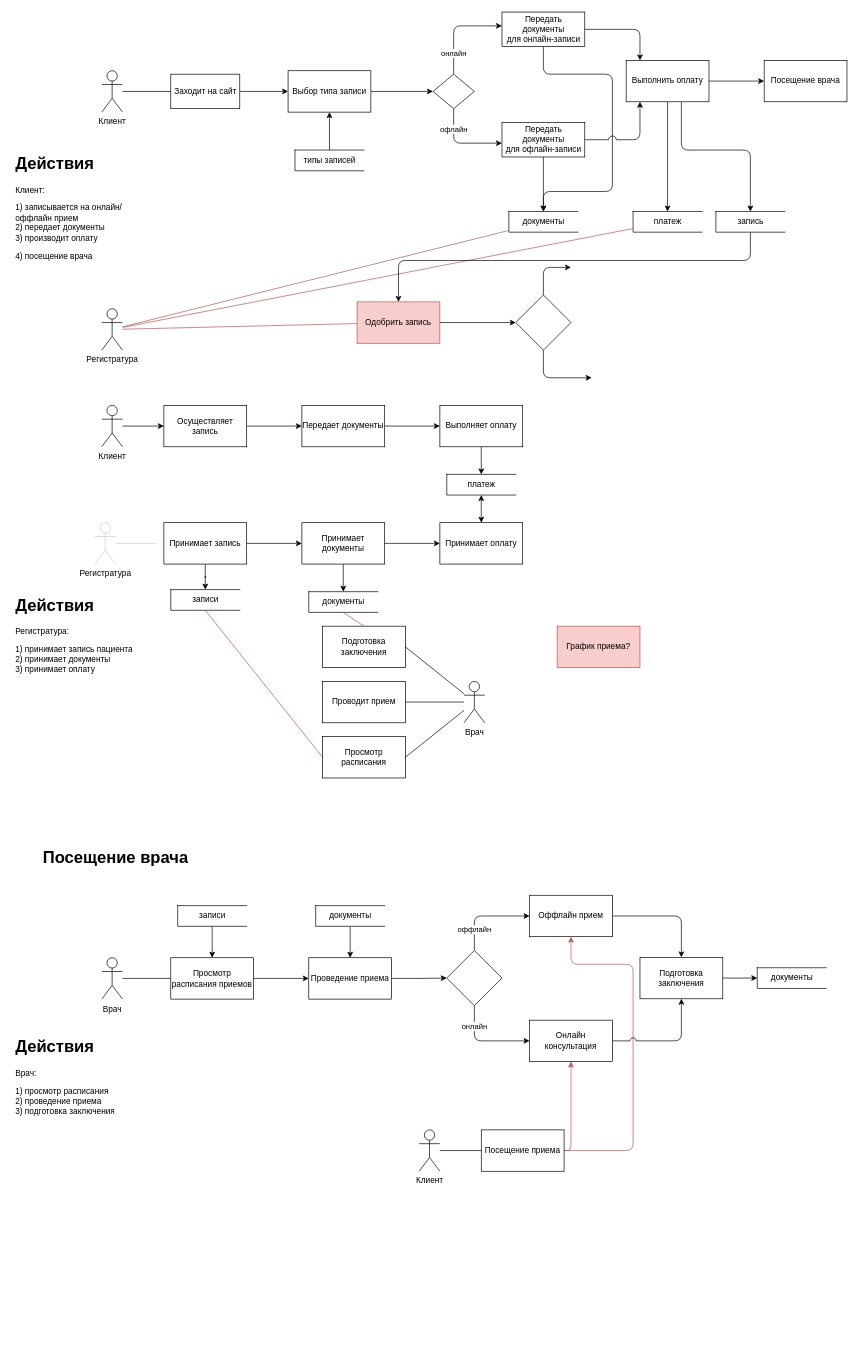
This is page "Page-2" (2 of 2) of diagram.drawio from vlvsk/TechnologiiProg, a draw.io file, before an edit. Source tidied: cells renumbered, new cells numbered last; positions are measured from the earlier drawing's top-left corner, leaving out a move shared by most shapes. Both pictures are drawn from the tidied source at 69%, with x=0, y=0 at pixel (12, 12).
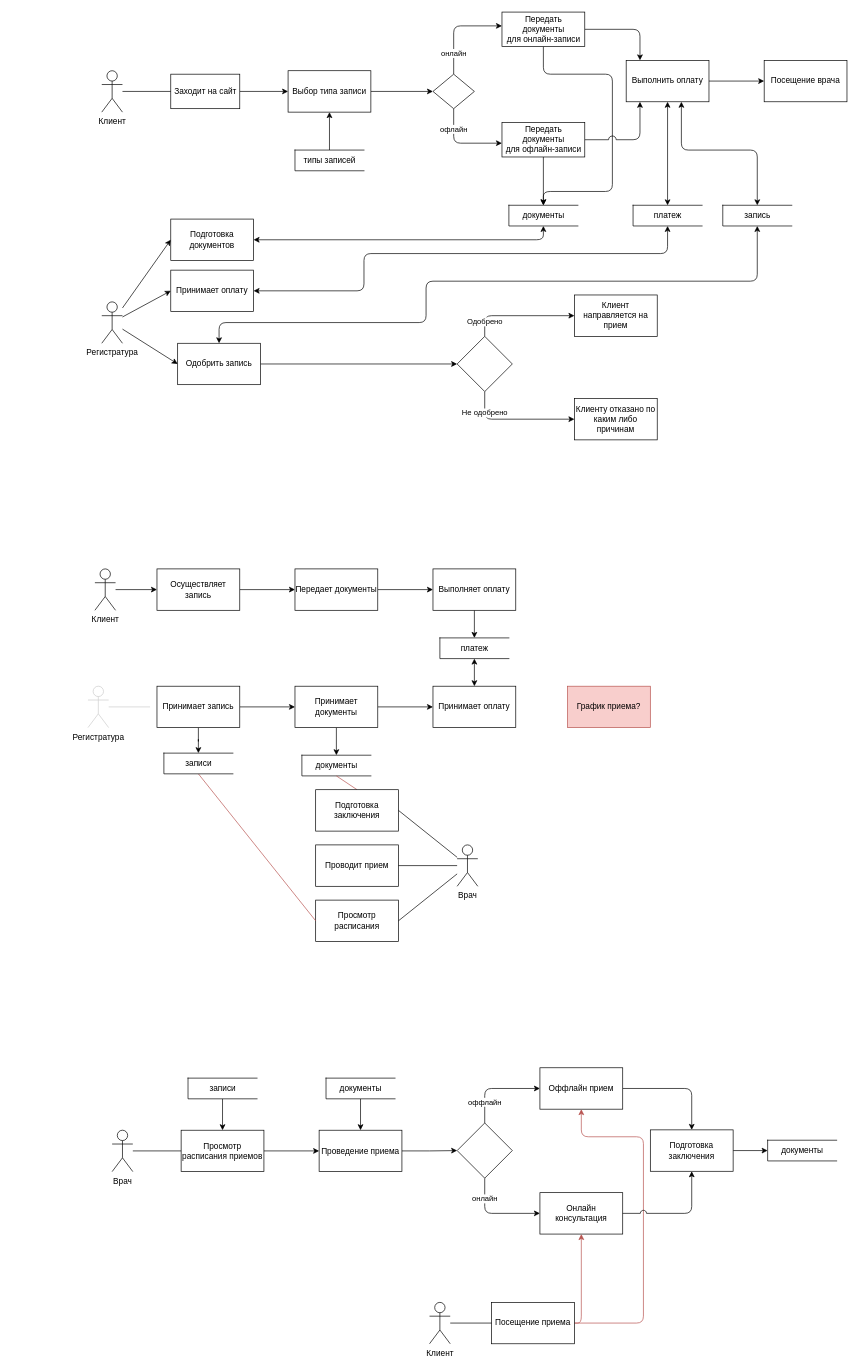
The same page after the edit.

Unchanged cells that the change refers to:
```xml
<mxCell id="23" value="Выполнить оплату" style="whiteSpace=wrap;html=1;dashed=0;" parent="1" vertex="1">
  <mxGeometry x="890" y="70" width="120" height="60" as="geometry" />
</mxCell>
```

Change to the diagram source:
```diff
@@
-    <mxCell id="6" value="&lt;h1&gt;Действия&lt;br&gt;&lt;/h1&gt;&lt;p&gt;Клиент:&lt;/p&gt;&lt;p&gt;1) записывается на онлайн/оффлайн прием&lt;br&gt;2) передает документы&lt;br&gt;3) производит оплату&lt;br&gt;&lt;/p&gt;&lt;p&gt;4) посещение врача&lt;/p&gt;&lt;p&gt;&lt;br&gt;&lt;/p&gt;&lt;div&gt;&lt;br&gt;&lt;/div&gt;&lt;div&gt;&lt;br&gt;&lt;/div&gt;" style="text;html=1;strokeColor=none;fillColor=none;spacing=5;spacingTop=-20;whiteSpace=wrap;overflow=hidden;rounded=0;" parent="1" vertex="1">
-      <mxGeometry y="200" width="190" height="180" as="geometry" />
-    </mxCell>
@@
-    <mxCell id="20" style="edgeStyle=none;rounded=1;jumpStyle=arc;jumpSize=11;jettySize=auto;html=1;" parent="1" edge="1" source="23" target="25">
+    <mxCell id="20" style="edgeStyle=none;rounded=1;jumpStyle=arc;jumpSize=11;jettySize=auto;html=1;startArrow=classic;startFill=1;" parent="1" edge="1" source="23" target="25">
       <mxGeometry relative="1" as="geometry" />
     </mxCell>
@@
-    <mxCell id="22" style="edgeStyle=orthogonalEdgeStyle;rounded=1;jettySize=auto;html=1;entryX=0.5;entryY=0;entryDx=0;entryDy=0;" parent="1" edge="1" source="23" target="83">
+    <mxCell id="22" style="edgeStyle=orthogonalEdgeStyle;rounded=1;jettySize=auto;html=1;entryX=0.5;entryY=0;entryDx=0;entryDy=0;startArrow=classic;startFill=1;" parent="1" edge="1" source="23" target="83">
       <mxGeometry relative="1" as="geometry">
         <Array as="points">
           <mxPoint x="970" y="200" />
-          <mxPoint x="1070" y="200" />
+          <mxPoint x="1080" y="200" />
+          <mxPoint x="1080" y="280" />
         </Array>
       </mxGeometry>
     </mxCell>
@@
     <mxCell id="24" value="документы" style="html=1;dashed=0;whitespace=wrap;shape=partialRectangle;right=0;" parent="1" vertex="1">
-      <mxGeometry x="720" y="289" width="100" height="30" as="geometry" />
+      <mxGeometry x="720" y="280" width="100" height="30" as="geometry" />
     </mxCell>
     <mxCell id="25" value="платеж" style="html=1;dashed=0;whitespace=wrap;shape=partialRectangle;right=0;" parent="1" vertex="1">
-      <mxGeometry x="900" y="289" width="100" height="30" as="geometry" />
+      <mxGeometry x="900" y="280" width="100" height="30" as="geometry" />
     </mxCell>
-    <mxCell id="26" style="edgeStyle=none;jettySize=auto;html=1;endArrow=none;fillColor=#f8cecc;strokeColor=#b85450;" parent="1" edge="1" source="29" target="24">
-      <mxGeometry relative="1" as="geometry" />
-    </mxCell>
-    <mxCell id="27" style="edgeStyle=none;jettySize=auto;html=1;endArrow=none;fillColor=#f8cecc;strokeColor=#b85450;" parent="1" edge="1" source="29" target="25">
-      <mxGeometry relative="1" as="geometry" />
-    </mxCell>
-    <mxCell id="28" style="edgeStyle=none;jettySize=auto;html=1;endArrow=none;fillColor=#f8cecc;strokeColor=#b85450;" parent="1" edge="1" source="29" target="31">
-      <mxGeometry relative="1" as="geometry" />
-    </mxCell>
     <mxCell id="29" value="Регистратура" style="shape=umlActor;verticalLabelPosition=bottom;verticalAlign=top;html=1;outlineConnect=0;" parent="1" vertex="1">
-      <mxGeometry x="130" y="430" width="30" height="60" as="geometry" />
+      <mxGeometry x="130" y="420" width="30" height="60" as="geometry" />
     </mxCell>
@@
-    <mxCell id="31" value="Одобрить запись" style="whiteSpace=wrap;html=1;dashed=0;fillColor=#f8cecc;strokeColor=#b85450;" parent="1" vertex="1">
-      <mxGeometry x="500" y="420" width="120" height="60" as="geometry" />
+    <mxCell id="31" value="Одобрить запись" style="whiteSpace=wrap;html=1;dashed=0;fillColor=#FFFFFF;strokeColor=#000000;" parent="1" vertex="1">
+      <mxGeometry x="240" y="480" width="120" height="60" as="geometry" />
     </mxCell>
@@
-    <mxCell id="33" value="&lt;h1&gt;Действия&lt;br&gt;&lt;/h1&gt;&lt;p&gt;Регистратура:&lt;/p&gt;&lt;p&gt;1) принимает запись пациента&lt;br&gt;2) принимает документы&lt;br&gt;3) принимает оплату&lt;br&gt;&lt;/p&gt;&lt;p&gt;&lt;br&gt;&lt;/p&gt;&lt;div&gt;&lt;br&gt;&lt;/div&gt;&lt;div&gt;&lt;br&gt;&lt;/div&gt;" style="text;html=1;strokeColor=none;fillColor=none;spacing=5;spacingTop=-20;whiteSpace=wrap;overflow=hidden;rounded=0;" parent="1" vertex="1">
-      <mxGeometry y="840" width="190" height="180" as="geometry" />
-    </mxCell>
     <mxCell id="34" value="Регистратура" style="shape=umlActor;verticalLabelPosition=bottom;verticalAlign=top;html=1;outlineConnect=0;strokeColor=#CCCCCC;" parent="1" vertex="1">
-      <mxGeometry x="120" y="740" width="30" height="60" as="geometry" />
+      <mxGeometry x="110" y="977" width="30" height="60" as="geometry" />
     </mxCell>
@@
     <mxCell id="37" value="Принимает запись" style="rounded=0;whiteSpace=wrap;html=1;" parent="1" vertex="1">
-      <mxGeometry x="220" y="740" width="120" height="60" as="geometry" />
+      <mxGeometry x="210" y="977" width="120" height="60" as="geometry" />
     </mxCell>
     <mxCell id="38" style="endArrow=none;html=1;entryX=0;entryY=0.5;entryDx=0;entryDy=0;strokeColor=#CCCCCC;" parent="1" edge="1" source="34">
       <mxGeometry relative="1" as="geometry">
-        <mxPoint x="210" y="770" as="targetPoint" />
+        <mxPoint x="200" y="1007" as="targetPoint" />
       </mxGeometry>
     </mxCell>
@@
     <mxCell id="41" value="Принимает документы" style="whiteSpace=wrap;html=1;rounded=0;" parent="1" vertex="1">
-      <mxGeometry x="420" y="740" width="120" height="60" as="geometry" />
+      <mxGeometry x="410" y="977" width="120" height="60" as="geometry" />
     </mxCell>
@@
     <mxCell id="43" value="Принимает оплату" style="rounded=0;whiteSpace=wrap;html=1;" parent="1" vertex="1">
-      <mxGeometry x="620" y="740" width="120" height="60" as="geometry" />
+      <mxGeometry x="610" y="977" width="120" height="60" as="geometry" />
     </mxCell>
     <mxCell id="44" value="документы" style="html=1;dashed=0;whitespace=wrap;shape=partialRectangle;right=0;" parent="1" vertex="1">
-      <mxGeometry x="430" y="840" width="100" height="30" as="geometry" />
+      <mxGeometry x="420" y="1077" width="100" height="30" as="geometry" />
     </mxCell>
     <mxCell id="45" value="платеж" style="html=1;dashed=0;whitespace=wrap;shape=partialRectangle;right=0;" parent="1" vertex="1">
-      <mxGeometry x="630" y="670" width="100" height="30" as="geometry" />
+      <mxGeometry x="620" y="907" width="100" height="30" as="geometry" />
     </mxCell>
     <mxCell id="46" value="Врач&lt;br&gt;" style="shape=umlActor;verticalLabelPosition=bottom;verticalAlign=top;html=1;outlineConnect=0;" parent="1" vertex="1">
-      <mxGeometry x="130" y="1370.5" width="30" height="60" as="geometry" />
+      <mxGeometry x="145" y="1620.5" width="30" height="60" as="geometry" />
     </mxCell>
@@
     <mxCell id="48" value="Просмотр расписания приемов" style="rounded=0;whiteSpace=wrap;html=1;" parent="1" vertex="1">
-      <mxGeometry x="230" y="1370.5" width="120" height="60" as="geometry" />
+      <mxGeometry x="245" y="1620.5" width="120" height="60" as="geometry" />
     </mxCell>
@@
     <mxCell id="51" value="Проведение приема" style="rounded=0;whiteSpace=wrap;html=1;" parent="1" vertex="1">
-      <mxGeometry x="430" y="1370.5" width="120" height="60" as="geometry" />
+      <mxGeometry x="445" y="1620.5" width="120" height="60" as="geometry" />
     </mxCell>
     <mxCell id="52" value="оффлайн" style="edgeStyle=orthogonalEdgeStyle;rounded=1;jettySize=auto;html=1;entryX=0;entryY=0.5;entryDx=0;entryDy=0;" parent="1" edge="1" source="54" target="56">
       <mxGeometry x="-0.54" relative="1" as="geometry">
         <Array as="points">
-          <mxPoint x="670" y="1310" />
+          <mxPoint x="685" y="1560" />
         </Array>
       </mxGeometry>
     </mxCell>
     <mxCell id="53" value="онлайн" style="edgeStyle=orthogonalEdgeStyle;rounded=1;jettySize=auto;html=1;entryX=0;entryY=0.5;entryDx=0;entryDy=0;" parent="1" edge="1" source="54" target="57">
       <mxGeometry x="-0.54" relative="1" as="geometry">
         <Array as="points">
-          <mxPoint x="670" y="1491" />
+          <mxPoint x="685" y="1741" />
         </Array>
       </mxGeometry>
     </mxCell>
     <mxCell id="54" style="rhombus;whiteSpace=wrap;html=1;rounded=0;" parent="1" vertex="1">
-      <mxGeometry x="630" y="1360" width="80" height="80" as="geometry" />
+      <mxGeometry x="645" y="1610" width="80" height="80" as="geometry" />
     </mxCell>
@@
     <mxCell id="56" value="Оффлайн прием" style="whiteSpace=wrap;html=1;rounded=0;" parent="1" vertex="1">
-      <mxGeometry x="750" y="1280" width="120" height="60" as="geometry" />
+      <mxGeometry x="765" y="1530" width="120" height="60" as="geometry" />
     </mxCell>
     <mxCell id="57" value="Онлайн &lt;br&gt;консультация" style="whiteSpace=wrap;html=1;rounded=0;" parent="1" vertex="1">
-      <mxGeometry x="750" y="1461" width="120" height="60" as="geometry" />
+      <mxGeometry x="765" y="1711" width="120" height="60" as="geometry" />
     </mxCell>
@@
     <mxCell id="59" value="Подготовка заключения" style="whiteSpace=wrap;html=1;rounded=0;" parent="1" vertex="1">
-      <mxGeometry x="910" y="1370" width="120" height="60" as="geometry" />
+      <mxGeometry x="925" y="1620" width="120" height="60" as="geometry" />
     </mxCell>
     <mxCell id="60" value="документы" style="html=1;dashed=0;whitespace=wrap;shape=partialRectangle;right=0;" parent="1" vertex="1">
-      <mxGeometry x="1080" y="1385" width="100" height="30" as="geometry" />
+      <mxGeometry x="1095" y="1635" width="100" height="30" as="geometry" />
     </mxCell>
     <mxCell id="61" value="Врач" style="shape=umlActor;verticalLabelPosition=bottom;verticalAlign=top;html=1;outlineConnect=0;" parent="1" vertex="1">
-      <mxGeometry x="655" y="970" width="30" height="60" as="geometry" />
+      <mxGeometry x="645" y="1207" width="30" height="60" as="geometry" />
     </mxCell>
@@
     <mxCell id="63" value="Проводит прием" style="rounded=0;whiteSpace=wrap;html=1;" parent="1" vertex="1">
-      <mxGeometry x="450" y="970" width="120" height="60" as="geometry" />
+      <mxGeometry x="440" y="1207" width="120" height="60" as="geometry" />
     </mxCell>
@@
     <mxCell id="65" value="Подготовка заключения" style="whiteSpace=wrap;html=1;rounded=0;" parent="1" vertex="1">
-      <mxGeometry x="450" y="890" width="120" height="60" as="geometry" />
+      <mxGeometry x="440" y="1127" width="120" height="60" as="geometry" />
     </mxCell>
     <mxCell id="66" value="Клиент" style="shape=umlActor;verticalLabelPosition=bottom;verticalAlign=top;html=1;outlineConnect=0;" parent="1" vertex="1">
-      <mxGeometry x="590" y="1620" width="30" height="60" as="geometry" />
+      <mxGeometry x="605" y="1870" width="30" height="60" as="geometry" />
     </mxCell>
     <mxCell id="67" style="edgeStyle=orthogonalEdgeStyle;rounded=1;jettySize=auto;html=1;entryX=0.5;entryY=1;entryDx=0;entryDy=0;strokeColor=#B85450;" parent="1" edge="1" source="69" target="57">
       <mxGeometry relative="1" as="geometry">
         <Array as="points">
-          <mxPoint x="810" y="1650" />
+          <mxPoint x="825" y="1900" />
         </Array>
       </mxGeometry>
     </mxCell>
     <mxCell id="68" style="edgeStyle=orthogonalEdgeStyle;rounded=1;jettySize=auto;html=1;entryX=0.5;entryY=1;entryDx=0;entryDy=0;strokeColor=#B85450;" parent="1" edge="1" source="69" target="56">
       <mxGeometry relative="1" as="geometry">
         <Array as="points">
-          <mxPoint x="900" y="1650" />
-          <mxPoint x="900" y="1380" />
-          <mxPoint x="810" y="1380" />
+          <mxPoint x="915" y="1900" />
+          <mxPoint x="915" y="1630" />
+          <mxPoint x="825" y="1630" />
         </Array>
       </mxGeometry>
     </mxCell>
     <mxCell id="69" value="Посещение приема" style="rounded=0;whiteSpace=wrap;html=1;" parent="1" vertex="1">
-      <mxGeometry x="680" y="1620" width="120" height="60" as="geometry" />
+      <mxGeometry x="695" y="1870" width="120" height="60" as="geometry" />
     </mxCell>
@@
     <mxCell id="71" value="Просмотр расписания" style="rounded=0;whiteSpace=wrap;html=1;" parent="1" vertex="1">
-      <mxGeometry x="450" y="1050" width="120" height="60" as="geometry" />
+      <mxGeometry x="440" y="1287" width="120" height="60" as="geometry" />
     </mxCell>
@@
     <mxCell id="74" value="записи" style="html=1;dashed=0;whitespace=wrap;shape=partialRectangle;right=0;" parent="1" vertex="1">
-      <mxGeometry x="230" y="837" width="100" height="30" as="geometry" />
+      <mxGeometry x="220" y="1074" width="100" height="30" as="geometry" />
     </mxCell>
@@
     <mxCell id="76" value="записи" style="html=1;dashed=0;whitespace=wrap;shape=partialRectangle;right=0;" parent="1" vertex="1">
-      <mxGeometry x="240" y="1295" width="100" height="30" as="geometry" />
+      <mxGeometry x="255" y="1545" width="100" height="30" as="geometry" />
     </mxCell>
@@
     <mxCell id="78" value="документы" style="html=1;dashed=0;whitespace=wrap;shape=partialRectangle;right=0;" parent="1" vertex="1">
-      <mxGeometry x="440" y="1295" width="100" height="30" as="geometry" />
+      <mxGeometry x="455" y="1545" width="100" height="30" as="geometry" />
     </mxCell>
@@
-    <mxCell id="81" value="&lt;h1&gt;Действия&lt;br&gt;&lt;/h1&gt;&lt;p&gt;Врач:&lt;/p&gt;&lt;p&gt;1) просмотр расписания&lt;br&gt;2) проведение приема&lt;br&gt;3) подготовка заключения&lt;br&gt;&lt;/p&gt;&lt;p&gt;&lt;br&gt;&lt;/p&gt;&lt;div&gt;&lt;br&gt;&lt;/div&gt;&lt;div&gt;&lt;br&gt;&lt;/div&gt;" style="text;html=1;strokeColor=none;fillColor=none;spacing=5;spacingTop=-20;whiteSpace=wrap;overflow=hidden;rounded=0;" parent="1" vertex="1">
-      <mxGeometry y="1480" width="190" height="180" as="geometry" />
-    </mxCell>
-    <mxCell id="82" style="edgeStyle=orthogonalEdgeStyle;rounded=1;jettySize=auto;html=1;" parent="1" edge="1" source="83" target="31">
+    <mxCell id="82" style="edgeStyle=orthogonalEdgeStyle;rounded=1;jettySize=auto;html=1;entryX=0.5;entryY=0;entryDx=0;entryDy=0;startArrow=classic;startFill=1;" parent="1" edge="1" source="83" target="31">
       <mxGeometry relative="1" as="geometry">
         <Array as="points">
-          <mxPoint x="1070" y="360" />
-          <mxPoint x="560" y="360" />
+          <mxPoint x="1080" y="390" />
+          <mxPoint x="600" y="390" />
+          <mxPoint x="600" y="450" />
+          <mxPoint x="300" y="450" />
         </Array>
       </mxGeometry>
     </mxCell>
     <mxCell id="83" value="запись" style="html=1;dashed=0;whitespace=wrap;shape=partialRectangle;right=0;" parent="1" vertex="1">
-      <mxGeometry x="1020" y="289" width="100" height="30" as="geometry" />
+      <mxGeometry x="1030" y="280" width="100" height="30" as="geometry" />
     </mxCell>
-    <mxCell id="84" style="edgeStyle=orthogonalEdgeStyle;rounded=1;jettySize=auto;html=1;" parent="1" edge="1" source="86">
-      <mxGeometry relative="1" as="geometry">
-        <mxPoint x="810" y="370" as="targetPoint" />
+    <mxCell id="84" value="Одобрено" style="edgeStyle=orthogonalEdgeStyle;rounded=1;jettySize=auto;html=1;entryX=0;entryY=0.5;entryDx=0;entryDy=0;" parent="1" edge="1" source="86" target="103">
+      <mxGeometry x="-0.74" relative="1" as="geometry">
         <Array as="points">
-          <mxPoint x="770" y="370" />
+          <mxPoint x="685" y="440" />
         </Array>
       </mxGeometry>
     </mxCell>
-    <mxCell id="85" style="edgeStyle=orthogonalEdgeStyle;rounded=1;jettySize=auto;html=1;" parent="1" edge="1" source="86">
-      <mxGeometry relative="1" as="geometry">
-        <mxPoint x="840" y="530" as="targetPoint" />
+    <mxCell id="85" value="Не одобрено" style="edgeStyle=orthogonalEdgeStyle;rounded=1;jettySize=auto;html=1;entryX=0;entryY=0.5;entryDx=0;entryDy=0;" parent="1" edge="1" source="86" target="104">
+      <mxGeometry x="-0.64" relative="1" as="geometry">
         <Array as="points">
-          <mxPoint x="770" y="530" />
+          <mxPoint x="685" y="590" />
+          <mxPoint x="815" y="590" />
         </Array>
       </mxGeometry>
     </mxCell>
     <mxCell id="86" style="rhombus;whiteSpace=wrap;html=1;" parent="1" vertex="1">
-      <mxGeometry x="730" y="410" width="80" height="80" as="geometry" />
+      <mxGeometry x="645" y="470" width="80" height="80" as="geometry" />
     </mxCell>
@@
     <mxCell id="88" value="Клиент" style="shape=umlActor;verticalLabelPosition=bottom;verticalAlign=top;html=1;outlineConnect=0;" parent="1" vertex="1">
-      <mxGeometry x="130" y="570" width="30" height="60" as="geometry" />
+      <mxGeometry x="120" y="807" width="30" height="60" as="geometry" />
     </mxCell>
@@
     <mxCell id="90" value="Осуществляет запись" style="rounded=0;whiteSpace=wrap;html=1;" parent="1" vertex="1">
-      <mxGeometry x="220" y="570" width="120" height="60" as="geometry" />
+      <mxGeometry x="210" y="807" width="120" height="60" as="geometry" />
     </mxCell>
@@
     <mxCell id="92" value="Передает документы" style="whiteSpace=wrap;html=1;rounded=0;" parent="1" vertex="1">
-      <mxGeometry x="420" y="570" width="120" height="60" as="geometry" />
+      <mxGeometry x="410" y="807" width="120" height="60" as="geometry" />
     </mxCell>
@@
     <mxCell id="94" value="Выполняет оплату" style="whiteSpace=wrap;html=1;rounded=0;" parent="1" vertex="1">
-      <mxGeometry x="620" y="570" width="120" height="60" as="geometry" />
+      <mxGeometry x="610" y="807" width="120" height="60" as="geometry" />
     </mxCell>
     <mxCell id="95" value="График приема?" style="rounded=0;whiteSpace=wrap;html=1;fillColor=#f8cecc;strokeColor=#b85450;" parent="1" vertex="1">
-      <mxGeometry x="790" y="890" width="120" height="60" as="geometry" />
+      <mxGeometry x="805" y="977" width="120" height="60" as="geometry" />
     </mxCell>
-    <mxCell id="96" value="&lt;h1&gt;Посещение врача&lt;/h1&gt;" style="text;html=1;strokeColor=none;fillColor=none;spacing=5;spacingTop=-20;whiteSpace=wrap;overflow=hidden;rounded=0;" parent="1" vertex="1">
-      <mxGeometry x="40" y="1205" width="250" height="55" as="geometry" />
-    </mxCell>
+    <mxCell id="97" style="edgeStyle=orthogonalEdgeStyle;rounded=1;jettySize=auto;html=1;exitX=1;exitY=0.5;exitDx=0;exitDy=0;entryX=0.5;entryY=1;entryDx=0;entryDy=0;startArrow=classic;startFill=1;" parent="1" edge="1" source="98" target="24">
+      <mxGeometry relative="1" as="geometry" />
+    </mxCell>
+    <mxCell id="98" value="Подготовка документов" style="rounded=0;whiteSpace=wrap;html=1;" parent="1" vertex="1">
+      <mxGeometry x="230" y="300" width="120" height="60" as="geometry" />
+    </mxCell>
+    <mxCell id="99" style="endArrow=classic;html=1;rounded=0;entryX=0;entryY=0.5;entryDx=0;entryDy=0;" parent="1" edge="1" source="29" target="98">
+      <mxGeometry relative="1" as="geometry" />
+    </mxCell>
+    <mxCell id="100" style="edgeStyle=orthogonalEdgeStyle;rounded=1;jettySize=auto;html=1;exitX=1;exitY=0.5;exitDx=0;exitDy=0;entryX=0.5;entryY=1;entryDx=0;entryDy=0;startArrow=classic;startFill=1;" parent="1" edge="1" source="101" target="25">
+      <mxGeometry relative="1" as="geometry">
+        <Array as="points">
+          <mxPoint x="510" y="404" />
+          <mxPoint x="510" y="350" />
+          <mxPoint x="950" y="350" />
+        </Array>
+      </mxGeometry>
+    </mxCell>
+    <mxCell id="101" value="Принимает оплату" style="rounded=0;whiteSpace=wrap;html=1;" parent="1" vertex="1">
+      <mxGeometry x="230" y="374" width="120" height="60" as="geometry" />
+    </mxCell>
+    <mxCell id="102" style="endArrow=classic;html=1;rounded=1;entryX=0;entryY=0.5;entryDx=0;entryDy=0;" parent="1" edge="1" source="29" target="101">
+      <mxGeometry relative="1" as="geometry" />
+    </mxCell>
+    <mxCell id="28" style="endArrow=classic;html=1;rounded=1;entryX=0;entryY=0.5;entryDx=0;entryDy=0;" parent="1" edge="1" source="29" target="31">
+      <mxGeometry relative="1" as="geometry" />
+    </mxCell>
+    <mxCell id="103" value="Клиент направляется на прием" style="rounded=0;whiteSpace=wrap;html=1;strokeColor=#000000;fillColor=#FFFFFF;" parent="1" vertex="1">
+      <mxGeometry x="815" y="410" width="120" height="60" as="geometry" />
+    </mxCell>
+    <mxCell id="104" value="Клиенту отказано по каким либо причинам" style="rounded=0;whiteSpace=wrap;html=1;strokeColor=#000000;fillColor=#FFFFFF;" parent="1" vertex="1">
+      <mxGeometry x="815" y="560" width="120" height="60" as="geometry" />
+    </mxCell>
```
